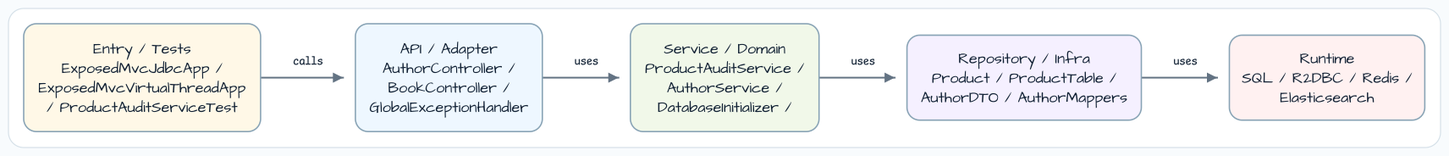
Earlier version of the Graphviz export docs/images/readme-diagrams/exposed-readme-architecture-01.png (bluetape4k/bluetape4k-workshop). Its source is kept beside it as docs/images/readme-diagrams/exposed-readme-architecture-01.dot. Source of this version:
```dot
digraph G {
  graph [
    rankdir=LR,
    bgcolor="white",
    pad="0.35",
    nodesep="0.55",
    ranksep="0.75",
    splines=ortho,
    outputorder=edgesfirst
  ];
  node [
    shape=box,
    style="rounded,filled",
    penwidth=1.4,
    color="#88A3B5",
    fillcolor="#F6FAFF",
    fontname="Architects Daughter",
    fontsize=14,
    margin="0.14,0.10"
  ];
  edge [
    color="#637383",
    arrowsize=0.8,
    penwidth=1.5,
    fontname="Comic Mono",
    fontsize=11
  ];

  entry [label="Entry / Tests\nExposedMvcJdbcApp /\nExposedMvcVirtualThreadApp\n/ ProductAuditServiceTest", fillcolor="#FFF8E7"];
  api [label="API / Adapter\nAuthorController /\nBookController /\nGlobalExceptionHandler", fillcolor="#EEF7FF"];
  service [label="Service / Domain\nProductAuditService /\nAuthorService /\nDatabaseInitializer /", fillcolor="#F1F8E9"];
  infra [label="Repository / Infra\nProduct / ProductTable /\nAuthorDTO / AuthorMappers", fillcolor="#F5F0FF"];
  runtime [label="Runtime\nSQL / R2DBC / Redis /\nElasticsearch", fillcolor="#FFF1F1"];

  entry -> api [label="calls"];
  api -> service [label="uses"];
  service -> infra [label="uses"];
  infra -> runtime [label="uses"];
}
```
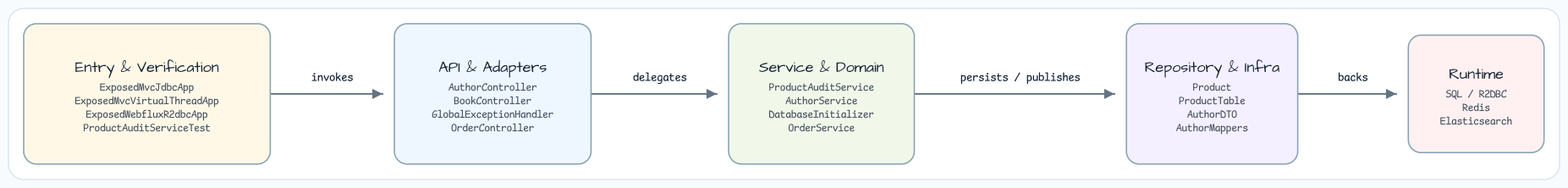
Above is the later version.

What changed in the source:
```diff
@@ -3,8 +3,8 @@
     rankdir=LR,
     bgcolor="white",
     pad="0.35",
-    nodesep="0.55",
-    ranksep="0.75",
+    nodesep="0.70",
+    ranksep="0.95",
     splines=ortho,
     outputorder=edgesfirst
   ];
@@ -16,7 +16,7 @@
     fillcolor="#F6FAFF",
     fontname="Architects Daughter",
     fontsize=14,
-    margin="0.14,0.10"
+    margin="0.20,0.16"
   ];
   edge [
     color="#637383",
@@ -26,14 +26,14 @@
     fontsize=11
   ];
 
-  entry [label="Entry / Tests\nExposedMvcJdbcApp /\nExposedMvcVirtualThreadApp\n/ ProductAuditServiceTest", fillcolor="#FFF8E7"];
-  api [label="API / Adapter\nAuthorController /\nBookController /\nGlobalExceptionHandler", fillcolor="#EEF7FF"];
-  service [label="Service / Domain\nProductAuditService /\nAuthorService /\nDatabaseInitializer /", fillcolor="#F1F8E9"];
-  infra [label="Repository / Infra\nProduct / ProductTable /\nAuthorDTO / AuthorMappers", fillcolor="#F5F0FF"];
-  runtime [label="Runtime\nSQL / R2DBC / Redis /\nElasticsearch", fillcolor="#FFF1F1"];
+  entry [label="Entry & Verification\nExposedMvcJdbcApp\nExposedMvcVirtualThreadApp\nExposedWebfluxR2dbcApp\nProductAuditServiceTest", fillcolor="#FFF8E7"];
+  api [label="API & Adapters\nAuthorController\nBookController\nGlobalExceptionHandler\nOrderController", fillcolor="#EEF7FF"];
+  service [label="Service & Domain\nProductAuditService\nAuthorService\nDatabaseInitializer\nOrderService", fillcolor="#F1F8E9"];
+  infra [label="Repository & Infra\nProduct\nProductTable\nAuthorDTO\nAuthorMappers", fillcolor="#F5F0FF"];
+  runtime [label="Runtime\nSQL / R2DBC\nRedis\nElasticsearch", fillcolor="#FFF1F1"];
 
-  entry -> api [label="calls"];
-  api -> service [label="uses"];
-  service -> infra [label="uses"];
-  infra -> runtime [label="uses"];
+  entry -> api [label="invokes"];
+  api -> service [label="delegates"];
+  service -> infra [label="persists / publishes"];
+  infra -> runtime [label="backs"];
 }
```
